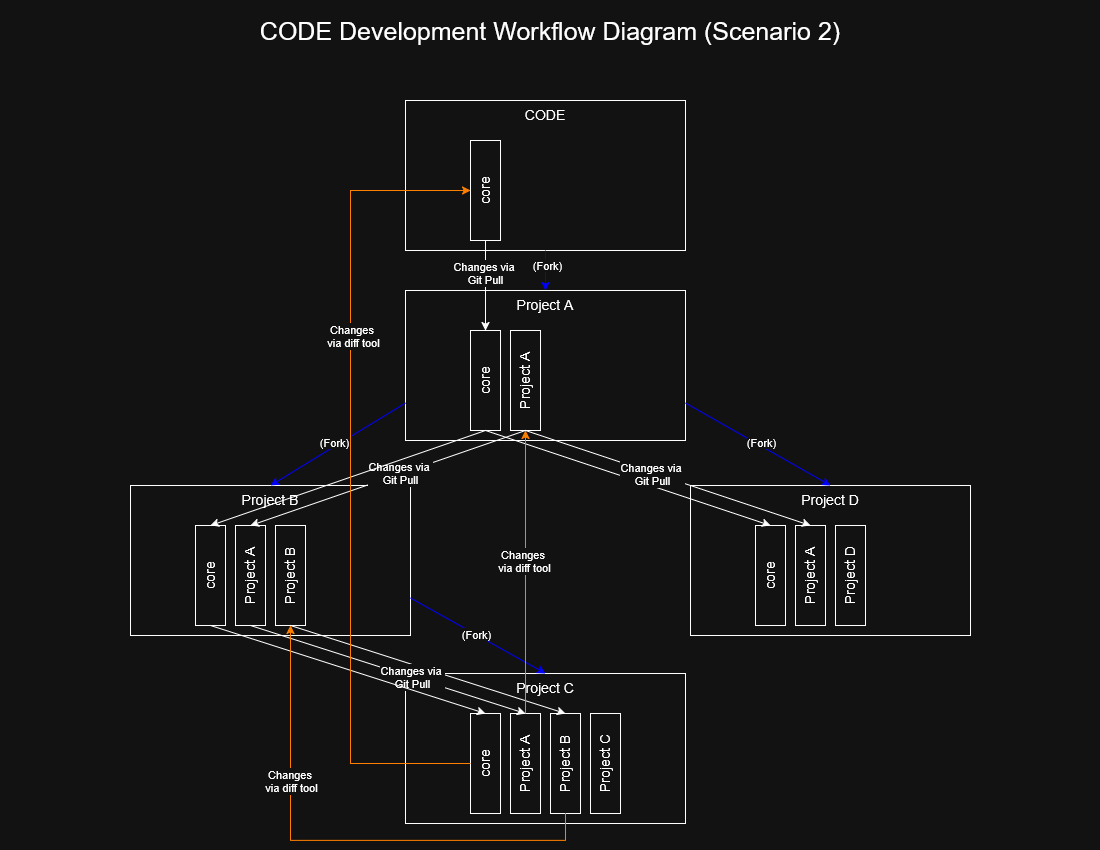
The draw.io diagram core/docs/diagrams/CODE dev workflow diagram scenario 2.drawio.png in noaa-pifsc/PIFSC-CU-Containerized-Oracle-Development-Environment, before a commit. Source tidied: cells renumbered, new cells last; positions are measured from the earlier drawing's top-left corner, leaving out a move shared by most shapes.
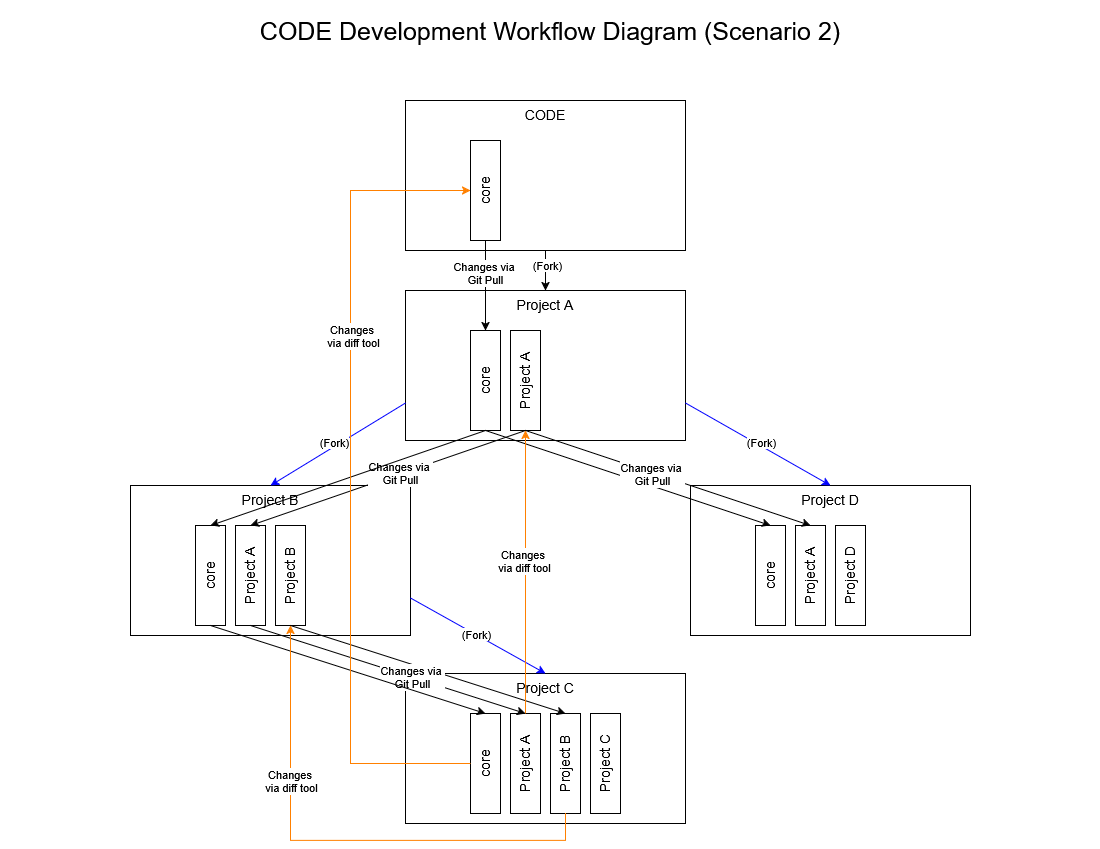
Above is the later version.

Commit message:
Updated CODE documentation to fix a broken link Updated CODE workflow diagrams

Change to the diagram source:
```diff
@@ -62,19 +62,19 @@
     <mxCell id="21" value="(Fork)" style="edgeLabel;html=1;align=center;verticalAlign=middle;" parent="20" vertex="1">
       <mxGeometry x="-0.29" y="1" relative="1" as="geometry" />
     </mxCell>
-    <mxCell id="22" style="endArrow=classic;html=1;rounded=0;exitX=0;exitY=0.75;exitDx=0;exitDy=0;entryX=0.5;entryY=0;entryDx=0;entryDy=0;strokeColor=light-dark(#000000,#0000FF);" parent="1" edge="1" source="15" target="11">
+    <mxCell id="22" style="endArrow=classic;html=1;rounded=0;exitX=0;exitY=0.75;exitDx=0;exitDy=0;entryX=0.5;entryY=0;entryDx=0;entryDy=0;strokeColor=light-dark(#0000FF,#0000FF);" parent="1" edge="1" source="15" target="11">
       <mxGeometry relative="1" as="geometry" />
     </mxCell>
     <mxCell id="23" value="(Fork)" style="edgeLabel;html=1;align=center;verticalAlign=middle;" parent="22" vertex="1">
       <mxGeometry x="0.02" y="-4" relative="1" as="geometry" />
     </mxCell>
-    <mxCell id="24" style="endArrow=classic;html=1;rounded=0;exitX=1;exitY=0.75;exitDx=0;exitDy=0;entryX=0.5;entryY=0;entryDx=0;entryDy=0;strokeColor=light-dark(#000000,#0000FF);" parent="1" edge="1" source="15" target="7">
+    <mxCell id="24" style="endArrow=classic;html=1;rounded=0;exitX=1;exitY=0.75;exitDx=0;exitDy=0;entryX=0.5;entryY=0;entryDx=0;entryDy=0;strokeColor=light-dark(#0000FF,#0000FF);" parent="1" edge="1" source="15" target="7">
       <mxGeometry relative="1" as="geometry" />
     </mxCell>
     <mxCell id="25" value="(Fork)" style="edgeLabel;html=1;align=center;verticalAlign=middle;" parent="24" vertex="1">
       <mxGeometry x="0.02" y="3" relative="1" as="geometry" />
     </mxCell>
-    <mxCell id="26" style="endArrow=classic;html=1;rounded=0;exitX=1;exitY=0.75;exitDx=0;exitDy=0;entryX=0.5;entryY=0;entryDx=0;entryDy=0;strokeColor=light-dark(#000000,#0000FF);" parent="1" edge="1" source="11" target="2">
+    <mxCell id="26" style="endArrow=classic;html=1;rounded=0;exitX=1;exitY=0.75;exitDx=0;exitDy=0;entryX=0.5;entryY=0;entryDx=0;entryDy=0;strokeColor=light-dark(#0000FF,#0000FF);" parent="1" edge="1" source="11" target="2">
       <mxGeometry relative="1" as="geometry" />
     </mxCell>
     <mxCell id="27" value="(Fork)" style="edgeLabel;html=1;align=center;verticalAlign=middle;" parent="26" vertex="1">
@@ -119,7 +119,7 @@
     <mxCell id="40" value="&lt;div&gt;Changes via&amp;nbsp;&lt;/div&gt;&lt;div&gt;Git Pull&lt;/div&gt;" style="edgeLabel;html=1;align=center;verticalAlign=middle;" parent="39" vertex="1">
       <mxGeometry x="-0.11" y="-1" relative="1" as="geometry" />
     </mxCell>
-    <mxCell id="41" style="endArrow=classic;html=1;rounded=0;exitX=0.5;exitY=1;exitDx=0;exitDy=0;entryX=0.5;entryY=1;entryDx=0;entryDy=0;edgeStyle=orthogonalEdgeStyle;strokeColor=light-dark(#000000,#FF8000);" parent="1" edge="1" source="5" target="14">
+    <mxCell id="41" style="endArrow=classic;html=1;rounded=0;exitX=0.5;exitY=1;exitDx=0;exitDy=0;entryX=0.5;entryY=1;entryDx=0;entryDy=0;edgeStyle=orthogonalEdgeStyle;strokeColor=light-dark(#FF8000,#FF8000);" parent="1" edge="1" source="5" target="14">
       <mxGeometry relative="1" as="geometry">
         <Array as="points">
           <mxPoint x="565" y="840" />
@@ -130,13 +130,13 @@
     <mxCell id="42" value="&lt;div&gt;Changes&amp;nbsp;&lt;/div&gt;&lt;div&gt;via diff tool&lt;/div&gt;" style="edgeLabel;html=1;align=center;verticalAlign=middle;" parent="41" vertex="1">
       <mxGeometry x="0.4" relative="1" as="geometry" />
     </mxCell>
-    <mxCell id="43" style="endArrow=classic;html=1;rounded=0;entryX=0.5;entryY=1;entryDx=0;entryDy=0;exitX=0.5;exitY=0;exitDx=0;exitDy=0;strokeColor=light-dark(#000000,#FF8000);" parent="1" edge="1" source="4" target="17">
+    <mxCell id="43" style="endArrow=classic;html=1;rounded=0;entryX=0.5;entryY=1;entryDx=0;entryDy=0;exitX=0.5;exitY=0;exitDx=0;exitDy=0;strokeColor=light-dark(#FF8000,#FF8000);" parent="1" edge="1" source="4" target="17">
       <mxGeometry relative="1" as="geometry" />
     </mxCell>
     <mxCell id="44" value="&lt;div&gt;Changes&amp;nbsp;&lt;/div&gt;&lt;div&gt;via diff tool&lt;/div&gt;" style="edgeLabel;html=1;align=center;verticalAlign=middle;" parent="43" vertex="1">
       <mxGeometry x="0.08" y="2" relative="1" as="geometry" />
     </mxCell>
-    <mxCell id="45" style="endArrow=classic;html=1;rounded=0;exitX=0;exitY=0.5;exitDx=0;exitDy=0;entryX=0;entryY=0.5;entryDx=0;entryDy=0;edgeStyle=orthogonalEdgeStyle;strokeColor=light-dark(#000000,#FF8000);" parent="1" edge="1" source="3" target="19">
+    <mxCell id="45" style="endArrow=classic;html=1;rounded=0;exitX=0;exitY=0.5;exitDx=0;exitDy=0;entryX=0;entryY=0.5;entryDx=0;entryDy=0;edgeStyle=orthogonalEdgeStyle;strokeColor=light-dark(#FF8000,#FF8000);" parent="1" edge="1" source="3" target="19">
       <mxGeometry relative="1" as="geometry">
         <Array as="points">
           <mxPoint x="350" y="763" />
```
